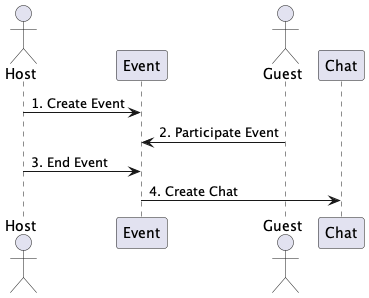
HobbyHive/hobby-hive-uml keeps this PlantUML diagram as sequences_diagram/seqeunce03.png. Above is the earlier version. The source it was exported from:
```plantuml
@startuml seqeunce03

actor "Host" as H
participant "Event" as E
actor "Guest" as G
participant "Chat" as C

H -> E : 1. Create Event
G -> E : 2. Participate Event
H -> E : 3. End Event
E -> C : 4. Create Chat

@enduml
```
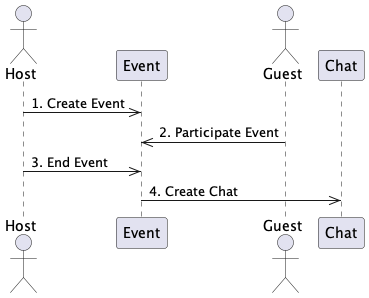
The same diagram one commit later.

Change to the diagram source:
```diff
@@ -5,9 +5,9 @@
 actor "Guest" as G
 participant "Chat" as C
 
-H -> E : 1. Create Event
-G -> E : 2. Participate Event
-H -> E : 3. End Event
-E -> C : 4. Create Chat
+H ->> E : 1. Create Event
+G ->> E : 2. Participate Event
+H ->> E : 3. End Event
+E ->> C : 4. Create Chat
 
 @enduml
```
